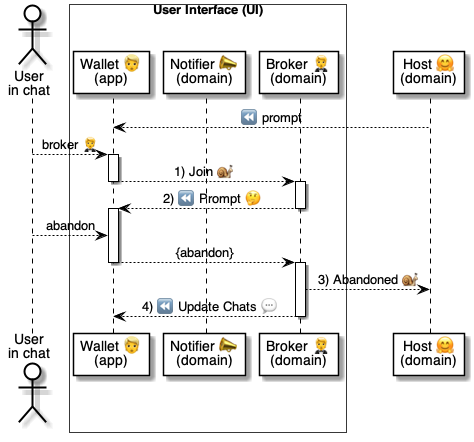
Earlier version of the PlantUML export 4 ⚙️ Solution/20 🧑‍🦰 UI/Wallets 🧑‍🦰/🧑‍🦰💬 Wallet chats/...in Chats 💬/Abandon 💬🤵/🧑‍🦰 Abandon chat ⚙️ uml.png (pollyweb-org/pollyweb-docs). Its source is kept beside it as 4 ⚙️ Solution/20 🧑‍🦰 UI/Wallets 🧑‍🦰/🧑‍🦰💬 Wallet chats/...in Chats 💬/Abandon 💬🤵/🧑‍🦰 Abandon chat ⚙️ uml.puml.
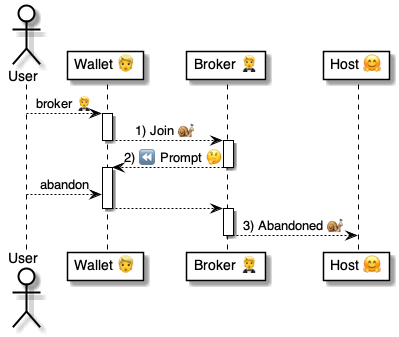
After the commit.

The edit, as a diff of the source:
```diff
@@ -1,16 +1,12 @@
 @startuml
 
-actor "User\nin chat" as user
+actor "User" as user
 
-box "User Interface (UI)"  #FFFFFF
-  participant "Wallet 👱\n(app)" as wallet
-  participant "Notifier 📣\n(domain)" as notifier
-  participant "Broker 🤵\n(domain)" as broker
-end box
+  participant "Wallet 👱" as wallet
+  participant "Broker 🤵" as broker
 
-participant "Host 🤗\n(domain)" as host
+participant "Host 🤗" as host
 
-host --> wallet: ⏪ prompt
 
 user --> wallet: broker 🤵
 activate wallet
@@ -23,12 +19,11 @@
 
 activate wallet
     user --> wallet: abandon
-    wallet --> broker: {abandon}
+    wallet --> broker:
 deactivate wallet
 
 activate broker
     broker --> host: 3) Abandoned 🐌
-    broker --> wallet: 4) ⏪ Update Chats 💬
 deactivate broker
 
 @enduml
```
